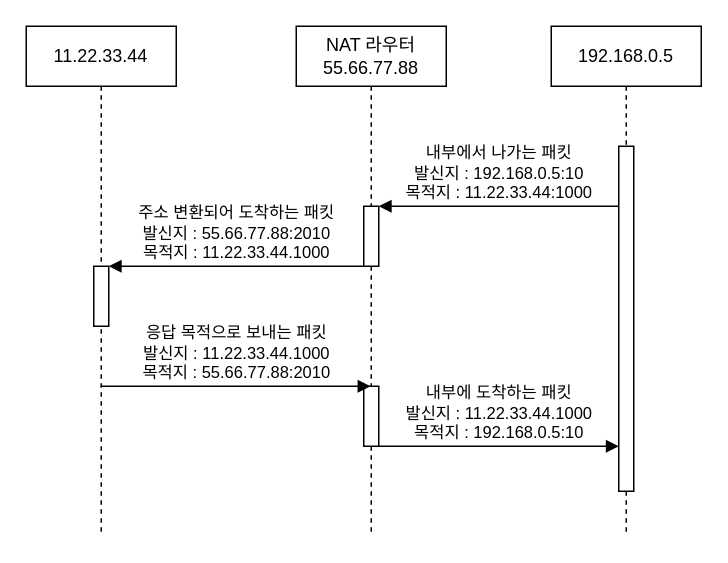
KSJ-cmd/Network_Study keeps this draw.io diagram as 라우터 작동.drawio. Above is the earlier version. Source tidied: cells renumbered, new cells numbered last; positions are measured from the earlier drawing's top-left corner, leaving out a move shared by most shapes. Both pictures are drawn from the tidied source at 150%, with x=0, y=0 at pixel (26, 26).
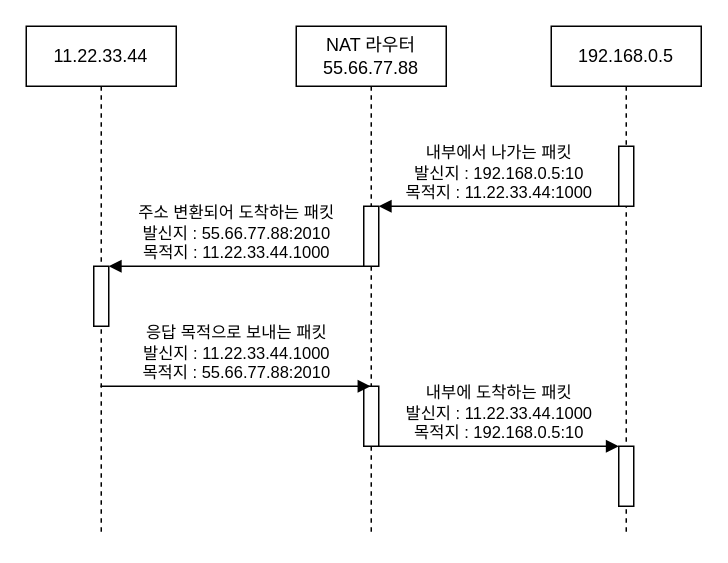
Above is the later version.

Commit message:
라우터 작동.drawio 업데이트

Diff of the diagram source:
```diff
@@
 <mxGraphModel>
   <root>
     <mxCell id="0" />
     <mxCell id="1" parent="0" />
     <mxCell id="2" value="11.22.33.44" style="shape=umlLifeline;perimeter=lifelinePerimeter;whiteSpace=wrap;html=1;outlineConnect=0;portConstraint=eastwest;newEdgeStyle={&quot;edgeStyle&quot;:&quot;elbowEdgeStyle&quot;,&quot;elbow&quot;:&quot;vertical&quot;,&quot;curved&quot;:0,&quot;rounded&quot;:0};" parent="1" vertex="1">
       <mxGeometry width="100" height="340" as="geometry" />
     </mxCell>
     <mxCell id="3" style="html=1;points=[];perimeter=orthogonalPerimeter;outlineConnect=0;targetShapes=umlLifeline;portConstraint=eastwest;newEdgeStyle={&quot;edgeStyle&quot;:&quot;elbowEdgeStyle&quot;,&quot;elbow&quot;:&quot;vertical&quot;,&quot;curved&quot;:0,&quot;rounded&quot;:0};" parent="2" vertex="1">
       <mxGeometry x="45" y="160" width="10" height="40" as="geometry" />
     </mxCell>
     <mxCell id="4" value="NAT 라우터 55.66.77.88" style="shape=umlLifeline;perimeter=lifelinePerimeter;whiteSpace=wrap;html=1;outlineConnect=0;portConstraint=eastwest;newEdgeStyle={&quot;edgeStyle&quot;:&quot;elbowEdgeStyle&quot;,&quot;elbow&quot;:&quot;vertical&quot;,&quot;curved&quot;:0,&quot;rounded&quot;:0};" parent="1" vertex="1">
       <mxGeometry x="180" width="100" height="340" as="geometry" />
     </mxCell>
     <mxCell id="5" style="html=1;points=[];perimeter=orthogonalPerimeter;outlineConnect=0;targetShapes=umlLifeline;portConstraint=eastwest;newEdgeStyle={&quot;edgeStyle&quot;:&quot;elbowEdgeStyle&quot;,&quot;elbow&quot;:&quot;vertical&quot;,&quot;curved&quot;:0,&quot;rounded&quot;:0};" parent="4" vertex="1">
       <mxGeometry x="45" y="120" width="10" height="40" as="geometry" />
     </mxCell>
     <mxCell id="6" style="html=1;perimeter=orthogonalPerimeter;targetShapes=umlLifeline;newEdgeStyle={&quot;edgeStyle&quot;:&quot;elbowEdgeStyle&quot;,&quot;elbow&quot;:&quot;vertical&quot;,&quot;curved&quot;:0,&quot;rounded&quot;:0};" parent="4" vertex="1">
       <mxGeometry x="45" y="240" width="10" height="40" as="geometry" />
     </mxCell>
     <mxCell id="7" value="내부에서 나가는 패킷&lt;br&gt;발신지 : 192.168.0.5:10&lt;br&gt;목적지 : 11.22.33.44:1000" style="html=1;verticalAlign=bottom;endArrow=block;edgeStyle=elbowEdgeStyle;elbow=vertical;curved=0;rounded=0;" parent="1" edge="1" source="10" target="5">
       <mxGeometry relative="1" as="geometry">
         <Array as="points">
           <mxPoint x="330" y="120" />
         </Array>
       </mxGeometry>
     </mxCell>
     <mxCell id="8" value="주소 변환되어 도착하는 패킷&lt;br&gt;발신지 : 55.66.77.88:2010&lt;br&gt;목적지 : 11.22.33.44.1000" style="html=1;verticalAlign=bottom;endArrow=block;edgeStyle=elbowEdgeStyle;elbow=vertical;curved=0;rounded=0;" parent="1" edge="1" source="5" target="3">
       <mxGeometry relative="1" as="geometry">
         <Array as="points">
           <mxPoint x="150" y="160" />
         </Array>
       </mxGeometry>
     </mxCell>
     <mxCell id="9" value="192.168.0.5" style="shape=umlLifeline;perimeter=lifelinePerimeter;whiteSpace=wrap;html=1;newEdgeStyle={&quot;edgeStyle&quot;:&quot;elbowEdgeStyle&quot;,&quot;elbow&quot;:&quot;vertical&quot;,&quot;curved&quot;:0,&quot;rounded&quot;:0};" parent="1" vertex="1">
       <mxGeometry x="350" width="100" height="340" as="geometry" />
     </mxCell>
     <mxCell id="10" style="html=1;points=[];perimeter=orthogonalPerimeter;outlineConnect=0;targetShapes=umlLifeline;portConstraint=eastwest;newEdgeStyle={&quot;edgeStyle&quot;:&quot;elbowEdgeStyle&quot;,&quot;elbow&quot;:&quot;vertical&quot;,&quot;curved&quot;:0,&quot;rounded&quot;:0};" parent="9" vertex="1">
-      <mxGeometry x="45" y="80" width="10" height="230" as="geometry" />
+      <mxGeometry x="45" y="80" width="10" height="40" as="geometry" />
     </mxCell>
+    <mxCell id="13" style="html=1;perimeter=orthogonalPerimeter;targetShapes=umlLifeline;newEdgeStyle={&quot;edgeStyle&quot;:&quot;elbowEdgeStyle&quot;,&quot;elbow&quot;:&quot;vertical&quot;,&quot;curved&quot;:0,&quot;rounded&quot;:0};" parent="9" vertex="1">
+      <mxGeometry x="45" y="280" width="10" height="40" as="geometry" />
+    </mxCell>
     <mxCell id="11" value="응답 목적으로 보내는 패킷&lt;br&gt;발신지 : 11.22.33.44.1000&lt;br&gt;목적지 : 55.66.77.88:2010" style="html=1;verticalAlign=bottom;endArrow=block;edgeStyle=elbowEdgeStyle;elbow=vertical;curved=0;rounded=0;" parent="1" edge="1" source="2" target="4">
       <mxGeometry relative="1" as="geometry">
         <Array as="points">
           <mxPoint x="140" y="240" />
         </Array>
       </mxGeometry>
     </mxCell>
     <mxCell id="12" value="내부에 도착하는 패킷&lt;br&gt;발신지 : 11.22.33.44.1000&lt;br&gt;목적지 : 192.168.0.5:10" style="html=1;verticalAlign=bottom;endArrow=block;edgeStyle=elbowEdgeStyle;elbow=vertical;curved=0;rounded=0;" parent="1" edge="1">
       <mxGeometry relative="1" as="geometry">
         <mxPoint x="235" y="280" as="sourcePoint" />
         <mxPoint x="395" y="280" as="targetPoint" />
         <Array as="points">
           <mxPoint x="315" y="280" />
         </Array>
       </mxGeometry>
     </mxCell>
   </root>
 </mxGraphModel>
```
